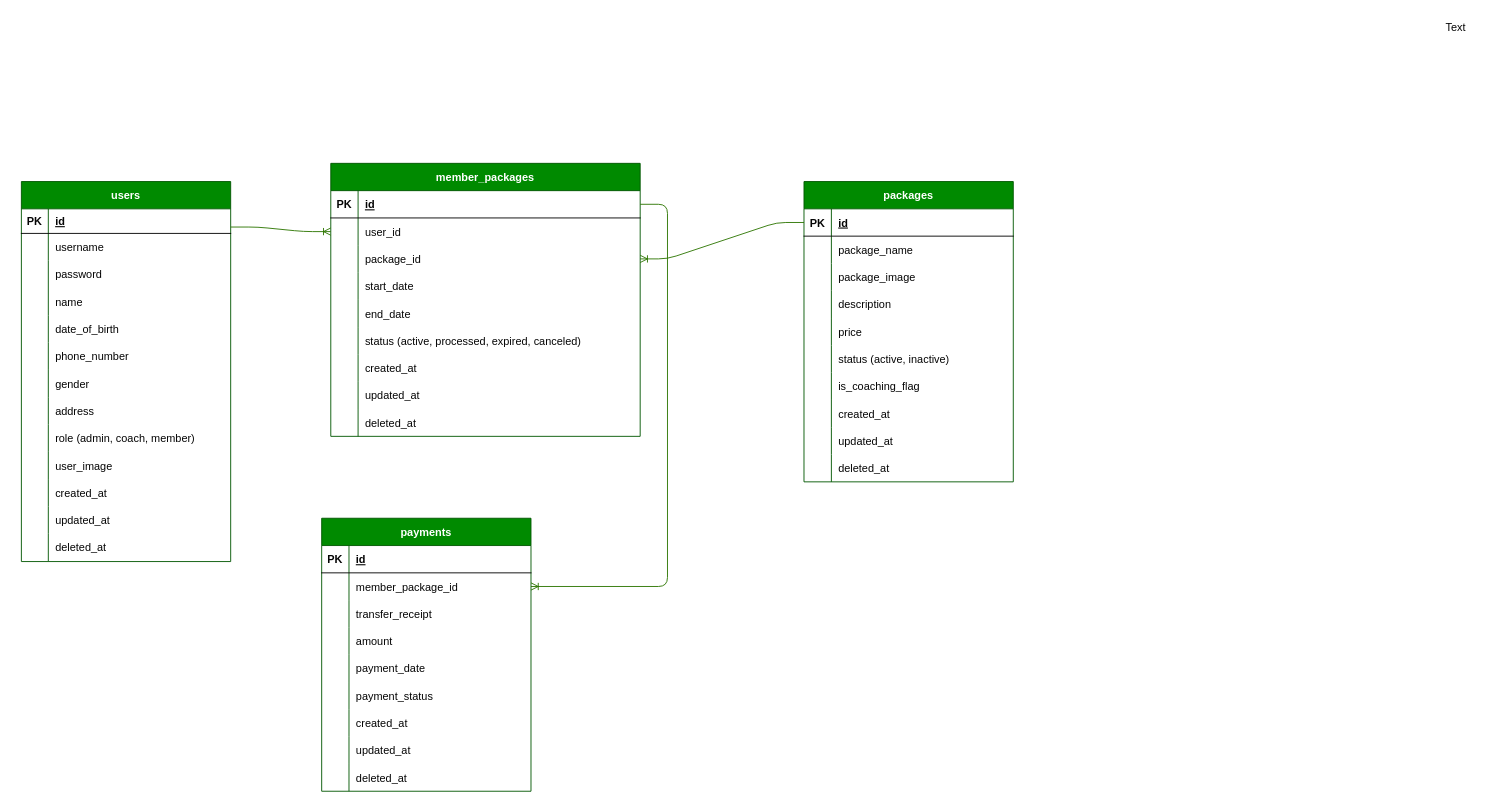
The draw.io diagram erd.drawio in rahmatadlin/gym_app, before the edit. Source tidied: cells renumbered, new cells numbered last; positions are measured from the earlier drawing's top-left corner, leaving out a move shared by most shapes. Both pictures are drawn from the tidied source at 91%, with x=0, y=0 at pixel (21, 15).
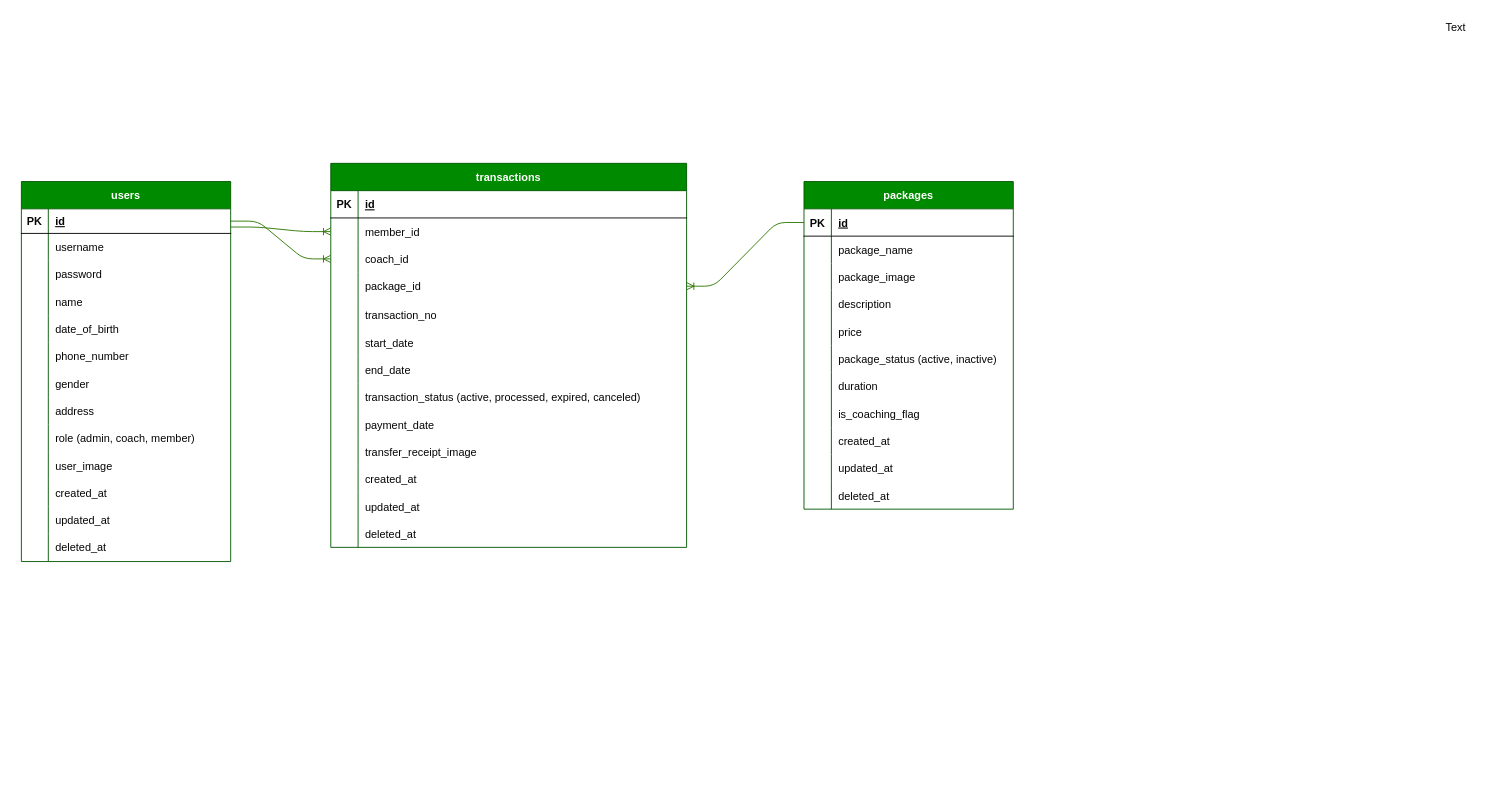
The same page after the edit.

Commit message (it also covers changes not shown here):
feat: member can add package and fetch into their transaction menu

The change refers to these unchanged cells:
```xml
<mxCell id="3" style="shape=tableRow;horizontal=0;startSize=0;swimlaneHead=0;swimlaneBody=0;fillColor=none;points=[[0,0.5],[1,0.5]];portConstraint=eastwest;top=0;left=0;right=0;bottom=1;fontColor=#050505;" parent="2" vertex="1">
  <mxGeometry y="30" width="230" height="27" as="geometry" />
</mxCell>
<mxCell id="86" style="shape=tableRow;horizontal=0;startSize=0;swimlaneHead=0;swimlaneBody=0;fillColor=none;top=0;left=0;right=0;bottom=0;fontColor=#050505;" parent="70" vertex="1">
  <mxGeometry y="180" width="230" height="30" as="geometry" />
</mxCell>
```

The edit, as a diff of the source:
```diff
@@
-    <mxCell id="42" value="member_packages" style="shape=table;startSize=30;childLayout=tableLayout;rowLines=0;fontStyle=1;align=center;fontColor=#ffffff;fillColor=#008a00;strokeColor=#005700;" parent="1" vertex="1">
-      <mxGeometry x="340" y="162" width="340" height="300" as="geometry" />
+    <mxCell id="42" value="transactions" style="shape=table;startSize=30;childLayout=tableLayout;rowLines=0;fontStyle=1;align=center;fontColor=#ffffff;fillColor=#008a00;strokeColor=#005700;" parent="1" vertex="1">
+      <mxGeometry x="340" y="162" width="391" height="422" as="geometry" />
     </mxCell>
     <mxCell id="43" style="shape=tableRow;horizontal=0;startSize=0;swimlaneHead=0;swimlaneBody=0;fillColor=none;points=[[0,0.5],[1,0.5]];portConstraint=eastwest;top=0;left=0;right=0;bottom=1;fontColor=#050505;" parent="42" vertex="1">
-      <mxGeometry y="30" width="340" height="30" as="geometry" />
+      <mxGeometry y="30" width="391" height="30" as="geometry" />
     </mxCell>
@@
     <mxCell id="45" value="id" style="shape=partialRectangle;fillColor=none;top=0;left=0;bottom=0;right=0;align=left;spacingLeft=6;fontStyle=5;overflow=hidden;fontColor=#050505;" parent="43" vertex="1">
-      <mxGeometry x="30" width="310" height="30" as="geometry" />
+      <mxGeometry x="30" width="361" height="30" as="geometry" />
     </mxCell>
     <mxCell id="46" style="shape=tableRow;horizontal=0;startSize=0;swimlaneHead=0;swimlaneBody=0;fillColor=none;points=[[0,0.5],[1,0.5]];portConstraint=eastwest;top=0;left=0;right=0;bottom=0;fontColor=#050505;" parent="42" vertex="1">
-      <mxGeometry y="60" width="340" height="30" as="geometry" />
+      <mxGeometry y="60" width="391" height="30" as="geometry" />
     </mxCell>
@@
-    <mxCell id="48" value="user_id" style="shape=partialRectangle;fillColor=none;top=0;left=0;bottom=0;right=0;align=left;spacingLeft=6;overflow=hidden;fontColor=#050505;" parent="46" vertex="1">
-      <mxGeometry x="30" width="310" height="30" as="geometry" />
+    <mxCell id="48" value="member_id" style="shape=partialRectangle;fillColor=none;top=0;left=0;bottom=0;right=0;align=left;spacingLeft=6;overflow=hidden;fontColor=#050505;" parent="46" vertex="1">
+      <mxGeometry x="30" width="361" height="30" as="geometry" />
     </mxCell>
+    <mxCell id="133" style="shape=tableRow;horizontal=0;startSize=0;swimlaneHead=0;swimlaneBody=0;fillColor=none;points=[[0,0.5],[1,0.5]];portConstraint=eastwest;top=0;left=0;right=0;bottom=0;fontColor=#050505;" parent="42" vertex="1">
+      <mxGeometry y="90" width="391" height="30" as="geometry" />
+    </mxCell>
+    <mxCell id="134" style="shape=partialRectangle;fillColor=none;top=0;left=0;bottom=0;right=0;overflow=hidden;fontColor=#050505;" parent="133" vertex="1">
+      <mxGeometry width="30" height="30" as="geometry" />
+    </mxCell>
+    <mxCell id="135" value="coach_id" style="shape=partialRectangle;fillColor=none;top=0;left=0;bottom=0;right=0;align=left;spacingLeft=6;overflow=hidden;fontColor=#050505;" parent="133" vertex="1">
+      <mxGeometry x="30" width="361" height="30" as="geometry" />
+    </mxCell>
     <mxCell id="49" style="shape=tableRow;horizontal=0;startSize=0;swimlaneHead=0;swimlaneBody=0;fillColor=none;points=[[0,0.5],[1,0.5]];portConstraint=eastwest;top=0;left=0;right=0;bottom=0;fontColor=#050505;" parent="42" vertex="1">
-      <mxGeometry y="90" width="340" height="30" as="geometry" />
+      <mxGeometry y="120" width="391" height="30" as="geometry" />
     </mxCell>
@@
     <mxCell id="51" value="package_id" style="shape=partialRectangle;fillColor=none;top=0;left=0;bottom=0;right=0;align=left;spacingLeft=6;overflow=hidden;fontColor=#050505;" parent="49" vertex="1">
-      <mxGeometry x="30" width="310" height="30" as="geometry" />
+      <mxGeometry x="30" width="361" height="30" as="geometry" />
     </mxCell>
+    <mxCell id="136" style="shape=tableRow;horizontal=0;startSize=0;swimlaneHead=0;swimlaneBody=0;fillColor=none;top=0;left=0;right=0;bottom=0;fontColor=#050505;" parent="42" vertex="1">
+      <mxGeometry y="150" width="391" height="32" as="geometry" />
+    </mxCell>
+    <mxCell id="137" style="shape=partialRectangle;fillColor=none;top=0;left=0;bottom=0;right=0;overflow=hidden;fontColor=#050505;" parent="136" vertex="1">
+      <mxGeometry width="30" height="32" as="geometry" />
+    </mxCell>
+    <mxCell id="138" value="transaction_no" style="shape=partialRectangle;fillColor=none;top=0;left=0;bottom=0;right=0;align=left;spacingLeft=6;overflow=hidden;fontColor=#050505;" parent="136" vertex="1">
+      <mxGeometry x="30" width="361" height="32" as="geometry" />
+    </mxCell>
     <mxCell id="52" style="shape=tableRow;horizontal=0;startSize=0;swimlaneHead=0;swimlaneBody=0;fillColor=none;top=0;left=0;right=0;bottom=0;fontColor=#050505;" parent="42" vertex="1">
-      <mxGeometry y="120" width="340" height="30" as="geometry" />
+      <mxGeometry y="182" width="391" height="30" as="geometry" />
     </mxCell>
@@
     <mxCell id="54" value="start_date" style="shape=partialRectangle;fillColor=none;top=0;left=0;bottom=0;right=0;align=left;spacingLeft=6;overflow=hidden;fontColor=#050505;" parent="52" vertex="1">
-      <mxGeometry x="30" width="310" height="30" as="geometry" />
+      <mxGeometry x="30" width="361" height="30" as="geometry" />
     </mxCell>
     <mxCell id="55" style="shape=tableRow;horizontal=0;startSize=0;swimlaneHead=0;swimlaneBody=0;fillColor=none;top=0;left=0;right=0;bottom=0;fontColor=#050505;" parent="42" vertex="1">
-      <mxGeometry y="150" width="340" height="30" as="geometry" />
+      <mxGeometry y="212" width="391" height="30" as="geometry" />
     </mxCell>
@@
     <mxCell id="57" value="end_date" style="shape=partialRectangle;fillColor=none;top=0;left=0;bottom=0;right=0;align=left;spacingLeft=6;overflow=hidden;fontColor=#050505;" parent="55" vertex="1">
-      <mxGeometry x="30" width="310" height="30" as="geometry" />
+      <mxGeometry x="30" width="361" height="30" as="geometry" />
     </mxCell>
     <mxCell id="58" style="shape=tableRow;horizontal=0;startSize=0;swimlaneHead=0;swimlaneBody=0;fillColor=none;top=0;left=0;right=0;bottom=0;fontColor=#050505;" parent="42" vertex="1">
-      <mxGeometry y="180" width="340" height="30" as="geometry" />
+      <mxGeometry y="242" width="391" height="30" as="geometry" />
     </mxCell>
@@
-    <mxCell id="60" value="status (active, processed, expired, canceled)" style="shape=partialRectangle;fillColor=none;top=0;left=0;bottom=0;right=0;align=left;spacingLeft=6;overflow=hidden;fontColor=#050505;" parent="58" vertex="1">
-      <mxGeometry x="30" width="310" height="30" as="geometry" />
+    <mxCell id="60" value="transaction_status (active, processed, expired, canceled)" style="shape=partialRectangle;fillColor=none;top=0;left=0;bottom=0;right=0;align=left;spacingLeft=6;overflow=hidden;fontColor=#050505;" parent="58" vertex="1">
+      <mxGeometry x="30" width="361" height="30" as="geometry" />
     </mxCell>
+    <mxCell id="139" style="shape=tableRow;horizontal=0;startSize=0;swimlaneHead=0;swimlaneBody=0;fillColor=none;top=0;left=0;right=0;bottom=0;fontColor=#050505;" parent="42" vertex="1">
+      <mxGeometry y="272" width="391" height="30" as="geometry" />
+    </mxCell>
+    <mxCell id="140" style="shape=partialRectangle;fillColor=none;top=0;left=0;bottom=0;right=0;overflow=hidden;fontColor=#050505;" parent="139" vertex="1">
+      <mxGeometry width="30" height="30" as="geometry" />
+    </mxCell>
+    <mxCell id="116" value="payment_date" style="shape=partialRectangle;fillColor=none;top=0;left=0;bottom=0;right=0;align=left;spacingLeft=6;overflow=hidden;fontColor=#050505;" parent="139" vertex="1">
+      <mxGeometry x="30" width="361" height="30" as="geometry" />
+    </mxCell>
+    <mxCell id="141" style="shape=tableRow;horizontal=0;startSize=0;swimlaneHead=0;swimlaneBody=0;fillColor=none;top=0;left=0;right=0;bottom=0;fontColor=#050505;" parent="42" vertex="1">
+      <mxGeometry y="302" width="391" height="30" as="geometry" />
+    </mxCell>
+    <mxCell id="142" style="shape=partialRectangle;fillColor=none;top=0;left=0;bottom=0;right=0;overflow=hidden;fontColor=#050505;" parent="141" vertex="1">
+      <mxGeometry width="30" height="30" as="geometry" />
+    </mxCell>
+    <mxCell id="143" value="transfer_receipt_image" style="shape=partialRectangle;fillColor=none;top=0;left=0;bottom=0;right=0;align=left;spacingLeft=6;overflow=hidden;fontColor=#050505;" parent="141" vertex="1">
+      <mxGeometry x="30" width="361" height="30" as="geometry" />
+    </mxCell>
     <mxCell id="61" style="shape=tableRow;horizontal=0;startSize=0;swimlaneHead=0;swimlaneBody=0;fillColor=none;top=0;left=0;right=0;bottom=0;fontColor=#050505;" parent="42" vertex="1">
-      <mxGeometry y="210" width="340" height="30" as="geometry" />
+      <mxGeometry y="332" width="391" height="30" as="geometry" />
     </mxCell>
@@
     <mxCell id="63" value="created_at" style="shape=partialRectangle;fillColor=none;top=0;left=0;bottom=0;right=0;align=left;spacingLeft=6;overflow=hidden;fontColor=#050505;" parent="61" vertex="1">
-      <mxGeometry x="30" width="310" height="30" as="geometry" />
+      <mxGeometry x="30" width="361" height="30" as="geometry" />
     </mxCell>
     <mxCell id="64" style="shape=tableRow;horizontal=0;startSize=0;swimlaneHead=0;swimlaneBody=0;fillColor=none;top=0;left=0;right=0;bottom=0;fontColor=#050505;" parent="42" vertex="1">
-      <mxGeometry y="240" width="340" height="30" as="geometry" />
+      <mxGeometry y="362" width="391" height="30" as="geometry" />
     </mxCell>
@@
     <mxCell id="66" value="updated_at" style="shape=partialRectangle;fillColor=none;top=0;left=0;bottom=0;right=0;align=left;spacingLeft=6;overflow=hidden;fontColor=#050505;" parent="64" vertex="1">
-      <mxGeometry x="30" width="310" height="30" as="geometry" />
+      <mxGeometry x="30" width="361" height="30" as="geometry" />
     </mxCell>
     <mxCell id="67" style="shape=tableRow;horizontal=0;startSize=0;swimlaneHead=0;swimlaneBody=0;fillColor=none;top=0;left=0;right=0;bottom=0;fontColor=#050505;" parent="42" vertex="1">
-      <mxGeometry y="270" width="340" height="30" as="geometry" />
+      <mxGeometry y="392" width="391" height="30" as="geometry" />
     </mxCell>
@@
     <mxCell id="69" value="deleted_at" style="shape=partialRectangle;fillColor=none;top=0;left=0;bottom=0;right=0;align=left;spacingLeft=6;overflow=hidden;fontColor=#050505;" parent="67" vertex="1">
-      <mxGeometry x="30" width="310" height="30" as="geometry" />
+      <mxGeometry x="30" width="361" height="30" as="geometry" />
     </mxCell>
     <mxCell id="70" value="packages" style="shape=table;startSize=30;childLayout=tableLayout;rowLines=0;fontStyle=1;align=center;fontColor=#ffffff;fillColor=#008a00;strokeColor=#005700;" parent="1" vertex="1">
-      <mxGeometry x="860" y="182" width="230" height="330" as="geometry" />
+      <mxGeometry x="860" y="182" width="230" height="360" as="geometry" />
     </mxCell>
@@
-    <mxCell id="88" value="status (active, inactive)" style="shape=partialRectangle;fillColor=none;top=0;left=0;bottom=0;right=0;align=left;spacingLeft=6;overflow=hidden;fontColor=#050505;" parent="86" vertex="1">
+    <mxCell id="88" value="package_status (active, inactive)" style="shape=partialRectangle;fillColor=none;top=0;left=0;bottom=0;right=0;align=left;spacingLeft=6;overflow=hidden;fontColor=#050505;" parent="86" vertex="1">
       <mxGeometry x="30.1" width="199.9" height="30" as="geometry" />
     </mxCell>
+    <mxCell id="120" style="shape=tableRow;horizontal=0;startSize=0;swimlaneHead=0;swimlaneBody=0;fillColor=none;top=0;left=0;right=0;bottom=0;fontColor=#050505;" parent="70" vertex="1">
+      <mxGeometry y="210" width="230" height="30" as="geometry" />
+    </mxCell>
+    <mxCell id="144" style="shape=partialRectangle;fillColor=none;top=0;left=0;bottom=0;right=0;overflow=hidden;fontColor=#050505;" parent="120" vertex="1">
+      <mxGeometry width="30.1" height="30" as="geometry" />
+    </mxCell>
+    <mxCell id="145" value="duration" style="shape=partialRectangle;fillColor=none;top=0;left=0;bottom=0;right=0;align=left;spacingLeft=6;overflow=hidden;fontColor=#050505;" parent="120" vertex="1">
+      <mxGeometry x="30.1" width="199.9" height="30" as="geometry" />
+    </mxCell>
     <mxCell id="89" style="shape=tableRow;horizontal=0;startSize=0;swimlaneHead=0;swimlaneBody=0;fillColor=none;top=0;left=0;right=0;bottom=0;fontColor=#050505;" parent="70" vertex="1">
-      <mxGeometry y="210" width="230" height="30" as="geometry" />
+      <mxGeometry y="240" width="230" height="30" as="geometry" />
     </mxCell>
@@
     <mxCell id="92" style="shape=tableRow;horizontal=0;startSize=0;swimlaneHead=0;swimlaneBody=0;fillColor=none;top=0;left=0;right=0;bottom=0;fontColor=#050505;" parent="70" vertex="1">
-      <mxGeometry y="240" width="230" height="30" as="geometry" />
+      <mxGeometry y="270" width="230" height="30" as="geometry" />
     </mxCell>
@@
     <mxCell id="95" style="shape=tableRow;horizontal=0;startSize=0;swimlaneHead=0;swimlaneBody=0;fillColor=none;top=0;left=0;right=0;bottom=0;fontColor=#050505;" parent="70" vertex="1">
-      <mxGeometry y="270" width="230" height="30" as="geometry" />
+      <mxGeometry y="300" width="230" height="30" as="geometry" />
     </mxCell>
@@
     <mxCell id="98" style="shape=tableRow;horizontal=0;startSize=0;swimlaneHead=0;swimlaneBody=0;fillColor=none;top=0;left=0;right=0;bottom=0;fontColor=#050505;" parent="70" vertex="1">
-      <mxGeometry y="300" width="230" height="30" as="geometry" />
+      <mxGeometry y="330" width="230" height="30" as="geometry" />
     </mxCell>
@@
-    <mxCell id="101" value="payments" style="shape=table;startSize=30;childLayout=tableLayout;rowLines=0;fontStyle=1;align=center;fontColor=#ffffff;fillColor=#008a00;strokeColor=#005700;" parent="1" vertex="1">
-      <mxGeometry x="330" y="552" width="230" height="300" as="geometry" />
-    </mxCell>
-    <mxCell id="102" style="shape=tableRow;horizontal=0;startSize=0;swimlaneHead=0;swimlaneBody=0;fillColor=none;top=0;left=0;right=0;bottom=1;fontColor=#050505;" parent="101" vertex="1">
-      <mxGeometry y="30" width="230" height="30" as="geometry" />
-    </mxCell>
-    <mxCell id="103" value="PK" style="shape=partialRectangle;fillColor=none;top=0;left=0;bottom=0;right=0;fontStyle=1;overflow=hidden;fontColor=#050505;" parent="102" vertex="1">
-      <mxGeometry width="30" height="30" as="geometry" />
-    </mxCell>
-    <mxCell id="104" value="id" style="shape=partialRectangle;fillColor=none;top=0;left=0;bottom=0;right=0;align=left;spacingLeft=6;fontStyle=5;overflow=hidden;fontColor=#050505;strokeColor=#931f1f;" parent="102" vertex="1">
-      <mxGeometry x="30" width="200" height="30" as="geometry" />
-    </mxCell>
-    <mxCell id="105" style="shape=tableRow;horizontal=0;startSize=0;swimlaneHead=0;swimlaneBody=0;fillColor=none;points=[[0,0.5],[1,0.5]];portConstraint=eastwest;top=0;left=0;right=0;bottom=0;fontColor=#050505;" parent="101" vertex="1">
-      <mxGeometry y="60" width="230" height="30" as="geometry" />
-    </mxCell>
-    <mxCell id="106" style="shape=partialRectangle;fillColor=none;top=0;left=0;bottom=0;right=0;overflow=hidden;fontColor=#050505;" parent="105" vertex="1">
-      <mxGeometry width="30" height="30" as="geometry" />
-    </mxCell>
-    <mxCell id="107" value="member_package_id" style="shape=partialRectangle;fillColor=none;top=0;left=0;bottom=0;right=0;align=left;spacingLeft=6;overflow=hidden;fontColor=#050505;" parent="105" vertex="1">
-      <mxGeometry x="30" width="200" height="30" as="geometry" />
-    </mxCell>
-    <mxCell id="108" style="shape=tableRow;horizontal=0;startSize=0;swimlaneHead=0;swimlaneBody=0;fillColor=none;top=0;left=0;right=0;bottom=0;fontColor=#050505;" parent="101" vertex="1">
-      <mxGeometry y="90" width="230" height="30" as="geometry" />
-    </mxCell>
-    <mxCell id="109" style="shape=partialRectangle;fillColor=none;top=0;left=0;bottom=0;right=0;overflow=hidden;fontColor=#050505;" parent="108" vertex="1">
-      <mxGeometry width="30" height="30" as="geometry" />
-    </mxCell>
-    <mxCell id="110" value="transfer_receipt" style="shape=partialRectangle;fillColor=none;top=0;left=0;bottom=0;right=0;align=left;spacingLeft=6;overflow=hidden;fontColor=#050505;" parent="108" vertex="1">
-      <mxGeometry x="30" width="200" height="30" as="geometry" />
-    </mxCell>
-    <mxCell id="111" style="shape=tableRow;horizontal=0;startSize=0;swimlaneHead=0;swimlaneBody=0;fillColor=none;top=0;left=0;right=0;bottom=0;fontColor=#050505;" parent="101" vertex="1">
-      <mxGeometry y="120" width="230" height="30" as="geometry" />
-    </mxCell>
-    <mxCell id="112" style="shape=partialRectangle;fillColor=none;top=0;left=0;bottom=0;right=0;overflow=hidden;fontColor=#050505;" parent="111" vertex="1">
-      <mxGeometry width="30" height="30" as="geometry" />
-    </mxCell>
-    <mxCell id="113" value="amount" style="shape=partialRectangle;fillColor=none;top=0;left=0;bottom=0;right=0;align=left;spacingLeft=6;overflow=hidden;fontColor=#050505;" parent="111" vertex="1">
-      <mxGeometry x="30" width="200" height="30" as="geometry" />
-    </mxCell>
-    <mxCell id="114" style="shape=tableRow;horizontal=0;startSize=0;swimlaneHead=0;swimlaneBody=0;fillColor=none;top=0;left=0;right=0;bottom=0;fontColor=#050505;" parent="101" vertex="1">
-      <mxGeometry y="150" width="230" height="30" as="geometry" />
-    </mxCell>
-    <mxCell id="115" style="shape=partialRectangle;fillColor=none;top=0;left=0;bottom=0;right=0;overflow=hidden;fontColor=#050505;" parent="114" vertex="1">
-      <mxGeometry width="30" height="30" as="geometry" />
-    </mxCell>
-    <mxCell id="116" value="payment_date" style="shape=partialRectangle;fillColor=none;top=0;left=0;bottom=0;right=0;align=left;spacingLeft=6;overflow=hidden;fontColor=#050505;" parent="114" vertex="1">
-      <mxGeometry x="30" width="200" height="30" as="geometry" />
-    </mxCell>
-    <mxCell id="117" style="shape=tableRow;horizontal=0;startSize=0;swimlaneHead=0;swimlaneBody=0;fillColor=none;top=0;left=0;right=0;bottom=0;fontColor=#050505;" parent="101" vertex="1">
-      <mxGeometry y="180" width="230" height="30" as="geometry" />
-    </mxCell>
-    <mxCell id="118" style="shape=partialRectangle;fillColor=none;top=0;left=0;bottom=0;right=0;overflow=hidden;fontColor=#050505;" parent="117" vertex="1">
-      <mxGeometry width="30" height="30" as="geometry" />
-    </mxCell>
-    <mxCell id="119" value="payment_status" style="shape=partialRectangle;fillColor=none;top=0;left=0;bottom=0;right=0;align=left;spacingLeft=6;overflow=hidden;fontColor=#050505;" parent="117" vertex="1">
-      <mxGeometry x="30" width="200" height="30" as="geometry" />
-    </mxCell>
-    <mxCell id="120" style="shape=tableRow;horizontal=0;startSize=0;swimlaneHead=0;swimlaneBody=0;fillColor=none;top=0;left=0;right=0;bottom=0;fontColor=#050505;" parent="101" vertex="1">
-      <mxGeometry y="210" width="230" height="30" as="geometry" />
-    </mxCell>
-    <mxCell id="121" style="shape=partialRectangle;fillColor=none;top=0;left=0;bottom=0;right=0;overflow=hidden;fontColor=#050505;" parent="120" vertex="1">
-      <mxGeometry width="30" height="30" as="geometry" />
-    </mxCell>
-    <mxCell id="122" value="created_at" style="shape=partialRectangle;fillColor=none;top=0;left=0;bottom=0;right=0;align=left;spacingLeft=6;overflow=hidden;fontColor=#050505;" parent="120" vertex="1">
-      <mxGeometry x="30" width="200" height="30" as="geometry" />
-    </mxCell>
-    <mxCell id="123" style="shape=tableRow;horizontal=0;startSize=0;swimlaneHead=0;swimlaneBody=0;fillColor=none;top=0;left=0;right=0;bottom=0;fontColor=#050505;" parent="101" vertex="1">
-      <mxGeometry y="240" width="230" height="30" as="geometry" />
-    </mxCell>
-    <mxCell id="124" style="shape=partialRectangle;fillColor=none;top=0;left=0;bottom=0;right=0;overflow=hidden;fontColor=#050505;" parent="123" vertex="1">
-      <mxGeometry width="30" height="30" as="geometry" />
-    </mxCell>
-    <mxCell id="125" value="updated_at" style="shape=partialRectangle;fillColor=none;top=0;left=0;bottom=0;right=0;align=left;spacingLeft=6;overflow=hidden;fontColor=#050505;" parent="123" vertex="1">
-      <mxGeometry x="30" width="200" height="30" as="geometry" />
-    </mxCell>
-    <mxCell id="126" style="shape=tableRow;horizontal=0;startSize=0;swimlaneHead=0;swimlaneBody=0;fillColor=none;top=0;left=0;right=0;bottom=0;fontColor=#050505;" parent="101" vertex="1">
-      <mxGeometry y="270" width="230" height="30" as="geometry" />
-    </mxCell>
-    <mxCell id="127" style="shape=partialRectangle;fillColor=none;top=0;left=0;bottom=0;right=0;overflow=hidden;fontColor=#050505;" parent="126" vertex="1">
-      <mxGeometry width="30" height="30" as="geometry" />
-    </mxCell>
-    <mxCell id="128" value="deleted_at" style="shape=partialRectangle;fillColor=none;top=0;left=0;bottom=0;right=0;align=left;spacingLeft=6;overflow=hidden;fontColor=#050505;" parent="126" vertex="1">
-      <mxGeometry x="30" width="200" height="30" as="geometry" />
-    </mxCell>
@@
-    <mxCell id="131" style="edgeStyle=entityRelationEdgeStyle;fontSize=12;html=1;endArrow=ERoneToMany;fontColor=#050505;fillColor=#60a917;strokeColor=#2D7600;" parent="1" edge="1" source="43" target="105">
-      <mxGeometry relative="1" as="geometry" />
-    </mxCell>
@@
+    <mxCell id="146" style="edgeStyle=entityRelationEdgeStyle;fontSize=12;html=1;endArrow=ERoneToMany;fontColor=#050505;fillColor=#60a917;strokeColor=#2D7600;exitX=1;exitY=0.5;exitDx=0;exitDy=0;" parent="1" edge="1" source="3" target="133">
+      <mxGeometry relative="1" as="geometry" />
+    </mxCell>
```
